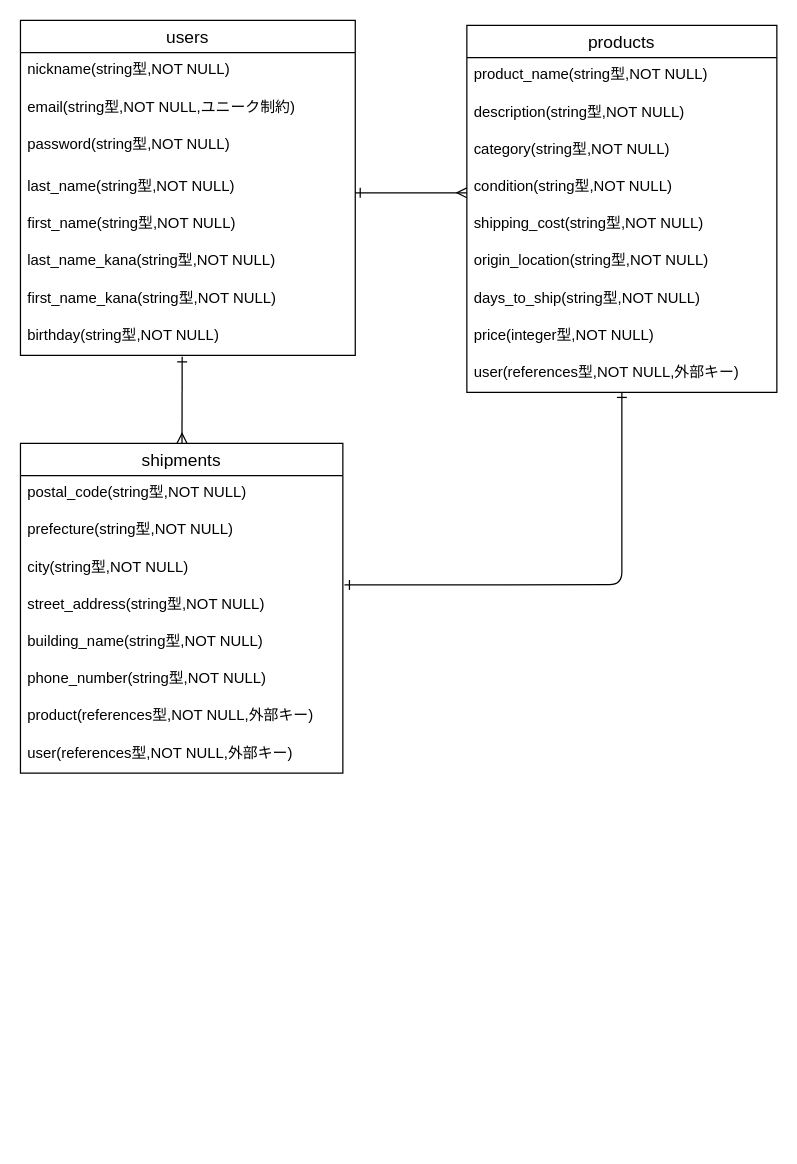
Earlier version of the draw.io diagram furima.dio (hisamaco/furima-40132). Source tidied: cells renumbered, new cells numbered last; positions are measured from the earlier drawing's top-left corner, leaving out a move shared by most shapes. Both pictures are drawn from the tidied source at 124%, with x=0, y=0 at pixel (20, 20).
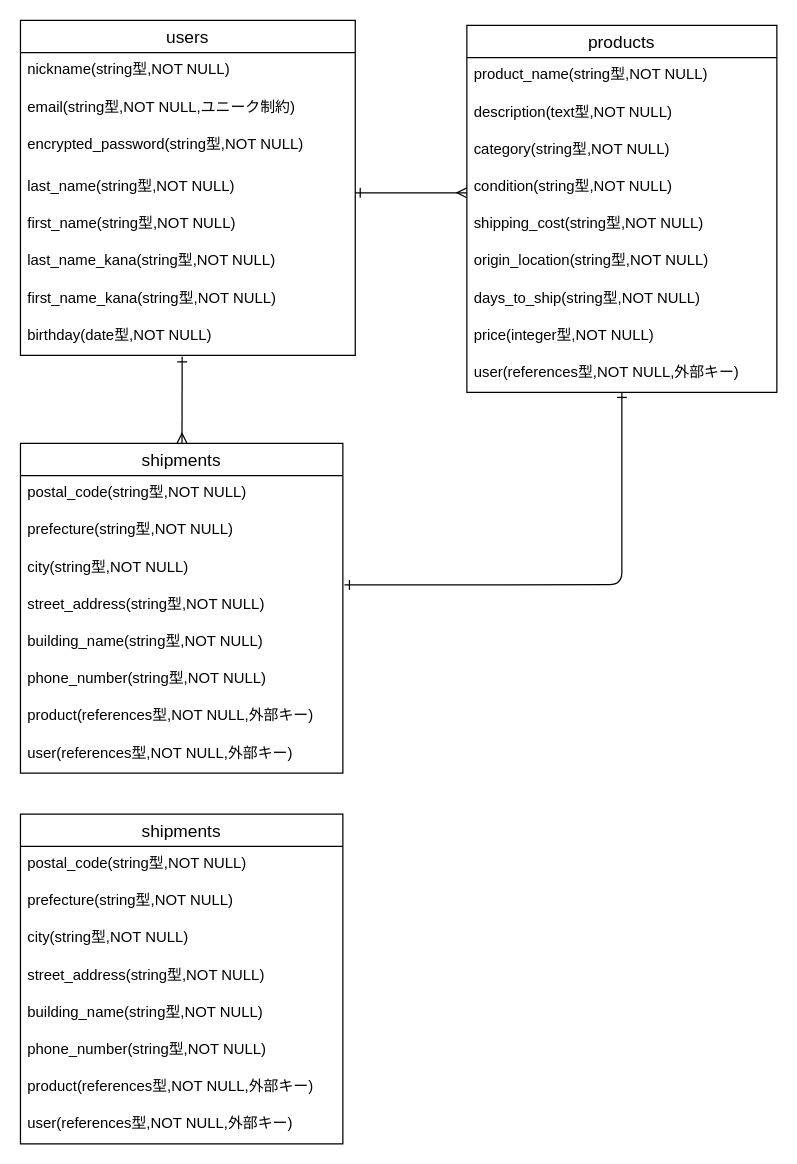
The same page after the edit.

Commit message (it also covers changes not shown here):
productsテーブルのアソシエーション記述修正

has_many :users → belongs_to :user

Unchanged cells that the change refers to:
```xml
<mxCell id="3" value="users" style="swimlane;fontStyle=0;horizontal=1;startSize=26;align=center;fontSize=14;" parent="1" vertex="1">
  <mxGeometry width="270" height="270" as="geometry" />
</mxCell>
<mxCell id="12" value="products" style="swimlane;fontStyle=0;horizontal=1;startSize=26;align=center;fontSize=14;" parent="1" vertex="1">
  <mxGeometry x="360" y="4" width="250" height="296" as="geometry" />
</mxCell>
```

The edit, as a diff of the source:
```diff
@@
-    <mxCell id="6" value="password(string型,NOT NULL)" style="text;strokeColor=none;fillColor=none;spacingLeft=4;spacingRight=4;overflow=hidden;fontSize=12;" parent="3" vertex="1">
+    <mxCell id="6" value="encrypted_password(string型,NOT NULL)" style="text;strokeColor=none;fillColor=none;spacingLeft=4;spacingRight=4;overflow=hidden;fontSize=12;" parent="3" vertex="1">
       <mxGeometry y="86" width="270" height="34" as="geometry" />
     </mxCell>
@@
-    <mxCell id="11" value="birthday(string型,NOT NULL)" style="text;strokeColor=none;fillColor=none;spacingLeft=4;spacingRight=4;overflow=hidden;points=[[0,0.5],[1,0.5]];portConstraint=eastwest;fontSize=12;" parent="3" vertex="1">
+    <mxCell id="11" value="birthday(date型,NOT NULL)" style="text;strokeColor=none;fillColor=none;spacingLeft=4;spacingRight=4;overflow=hidden;points=[[0,0.5],[1,0.5]];portConstraint=eastwest;fontSize=12;" parent="3" vertex="1">
       <mxGeometry y="240" width="270" height="30" as="geometry" />
     </mxCell>
@@
-    <mxCell id="14" value="description(string型,NOT NULL)" style="text;strokeColor=none;fillColor=none;spacingLeft=4;spacingRight=4;overflow=hidden;fontSize=12;" parent="12" vertex="1">
+    <mxCell id="14" value="description(text型,NOT NULL)" style="text;strokeColor=none;fillColor=none;spacingLeft=4;spacingRight=4;overflow=hidden;fontSize=12;" parent="12" vertex="1">
       <mxGeometry y="56" width="250" height="30" as="geometry" />
     </mxCell>
@@
+    <mxCell id="33" value="shipments" style="swimlane;fontStyle=0;horizontal=1;startSize=26;align=center;fontSize=14;" parent="1" vertex="1">
+      <mxGeometry y="640" width="260" height="266" as="geometry" />
+    </mxCell>
+    <mxCell id="34" value="postal_code(string型,NOT NULL)" style="text;strokeColor=none;fillColor=none;spacingLeft=4;spacingRight=4;overflow=hidden;fontSize=12;" parent="33" vertex="1">
+      <mxGeometry y="26" width="260" height="30" as="geometry" />
+    </mxCell>
+    <mxCell id="35" value="prefecture(string型,NOT NULL)" style="text;strokeColor=none;fillColor=none;spacingLeft=4;spacingRight=4;overflow=hidden;fontSize=12;" parent="33" vertex="1">
+      <mxGeometry y="56" width="260" height="30" as="geometry" />
+    </mxCell>
+    <mxCell id="36" value="city(string型,NOT NULL)" style="text;strokeColor=none;fillColor=none;spacingLeft=4;spacingRight=4;overflow=hidden;fontSize=12;" parent="33" vertex="1">
+      <mxGeometry y="86" width="260" height="30" as="geometry" />
+    </mxCell>
+    <mxCell id="37" value="street_address(string型,NOT NULL)" style="text;strokeColor=none;fillColor=none;spacingLeft=4;spacingRight=4;overflow=hidden;fontSize=12;" parent="33" vertex="1">
+      <mxGeometry y="116" width="260" height="30" as="geometry" />
+    </mxCell>
+    <mxCell id="38" value="building_name(string型,NOT NULL)" style="text;strokeColor=none;fillColor=none;spacingLeft=4;spacingRight=4;overflow=hidden;fontSize=12;" parent="33" vertex="1">
+      <mxGeometry y="146" width="260" height="30" as="geometry" />
+    </mxCell>
+    <mxCell id="39" value="phone_number(string型,NOT NULL)" style="text;strokeColor=none;fillColor=none;spacingLeft=4;spacingRight=4;overflow=hidden;fontSize=12;" parent="33" vertex="1">
+      <mxGeometry y="176" width="260" height="30" as="geometry" />
+    </mxCell>
+    <mxCell id="40" value="product(references型,NOT NULL,外部キー)" style="text;strokeColor=none;fillColor=none;spacingLeft=4;spacingRight=4;overflow=hidden;fontSize=12;" parent="33" vertex="1">
+      <mxGeometry y="206" width="260" height="30" as="geometry" />
+    </mxCell>
+    <mxCell id="41" value="user(references型,NOT NULL,外部キー)" style="text;strokeColor=none;fillColor=none;spacingLeft=4;spacingRight=4;overflow=hidden;fontSize=12;" parent="33" vertex="1">
+      <mxGeometry y="236" width="260" height="30" as="geometry" />
+    </mxCell>
```
